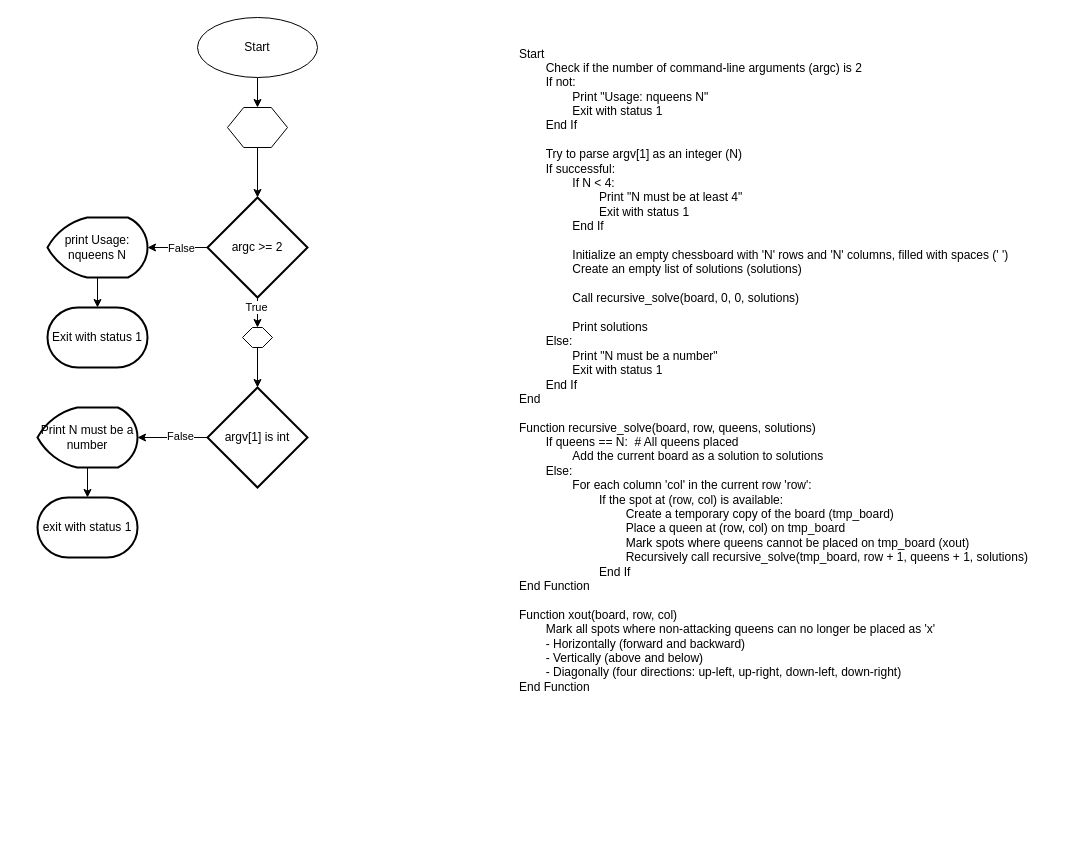
This is 0x08-python-more_classes/101-nqueens.drawio from lawalTheWest/alx-higher_level_programming, a draw.io file, before an edit. Source tidied: cells renumbered, new cells numbered last; positions are measured from the earlier drawing's top-left corner, leaving out a move shared by most shapes. Both pictures are drawn from the tidied source at 100%, with x=0, y=0 at pixel (37, 17).
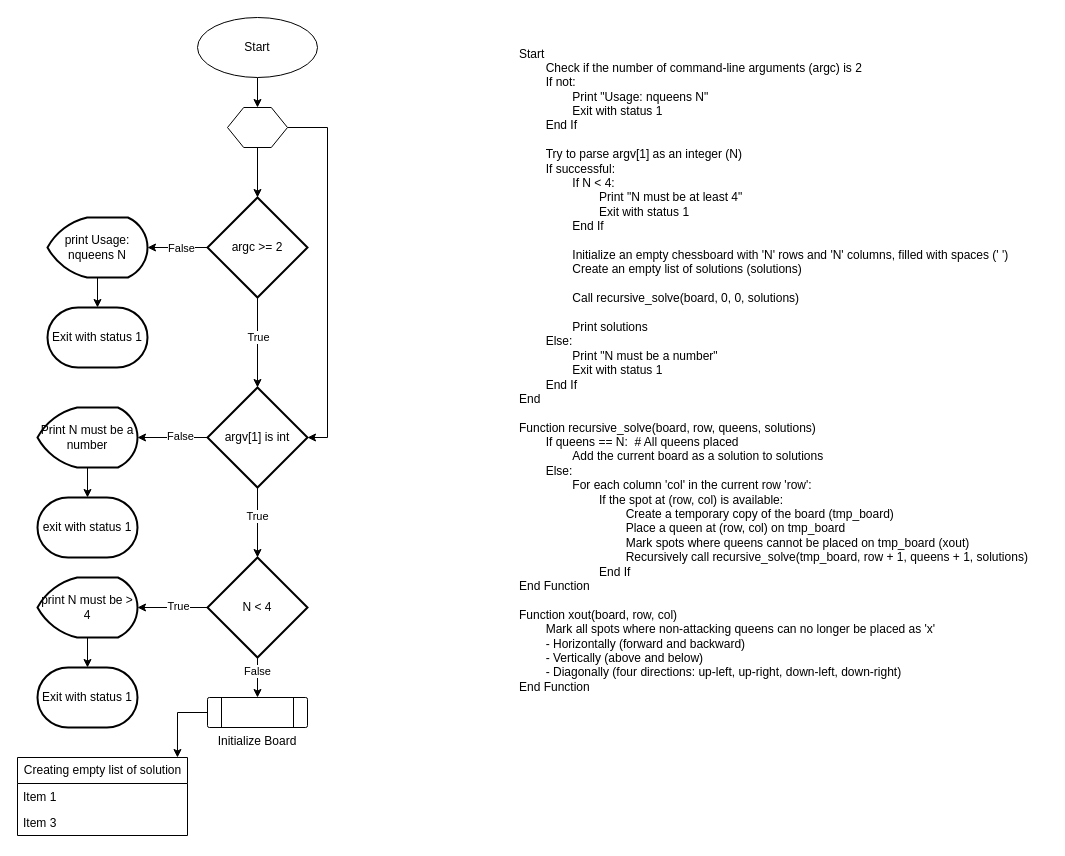
The same page after the edit.

Unchanged cells that the change refers to:
```xml
<mxCell id="6" style="verticalLabelPosition=bottom;verticalAlign=top;html=1;shape=hexagon;perimeter=hexagonPerimeter2;arcSize=6;size=0.27;" parent="1" vertex="1">
  <mxGeometry x="190" y="90" width="60" height="40" as="geometry" />
</mxCell>
<mxCell id="11" value="argc &amp;gt;= 2" style="strokeWidth=2;html=1;shape=mxgraph.flowchart.decision;whiteSpace=wrap;" parent="1" vertex="1">
  <mxGeometry x="170" y="180" width="100" height="100" as="geometry" />
</mxCell>
<mxCell id="19" value="argv[1] is int" style="strokeWidth=2;html=1;shape=mxgraph.flowchart.decision;whiteSpace=wrap;" parent="1" vertex="1">
  <mxGeometry x="170" y="370" width="100" height="100" as="geometry" />
</mxCell>
```

Diff of the diagram source:
```diff
@@
+    <mxCell id="23" style="edgeStyle=orthogonalEdgeStyle;rounded=0;jettySize=auto;html=1;entryX=1;entryY=0.5;entryDx=0;entryDy=0;entryPerimeter=0;" parent="1" edge="1" source="6" target="19">
+      <mxGeometry relative="1" as="geometry">
+        <Array as="points">
+          <mxPoint x="290" y="110" />
+          <mxPoint x="290" y="420" />
+        </Array>
+      </mxGeometry>
+    </mxCell>
@@
-    <mxCell id="9" style="edgeStyle=orthogonalEdgeStyle;rounded=0;jettySize=auto;html=1;" parent="1" edge="1" source="11" target="16">
-      <mxGeometry relative="1" as="geometry" />
-    </mxCell>
-    <mxCell id="10" value="True" style="edgeLabel;html=1;align=center;verticalAlign=middle;" parent="9" vertex="1">
-      <mxGeometry x="-0.64" y="-2" relative="1" as="geometry" />
-    </mxCell>
+    <mxCell id="24" style="edgeStyle=orthogonalEdgeStyle;rounded=0;jettySize=auto;html=1;" parent="1" edge="1" source="11" target="19">
+      <mxGeometry relative="1" as="geometry" />
+    </mxCell>
+    <mxCell id="25" value="True" style="edgeLabel;html=1;align=center;verticalAlign=middle;" parent="24" vertex="1">
+      <mxGeometry x="-0.13" relative="1" as="geometry" />
+    </mxCell>
@@
-    <mxCell id="15" style="edgeStyle=orthogonalEdgeStyle;rounded=0;jettySize=auto;html=1;" parent="1" edge="1" source="16" target="19">
-      <mxGeometry relative="1" as="geometry" />
-    </mxCell>
-    <mxCell id="16" style="verticalLabelPosition=bottom;verticalAlign=top;html=1;shape=hexagon;perimeter=hexagonPerimeter2;arcSize=6;size=0.3333333333333333;" parent="1" vertex="1">
-      <mxGeometry x="205" y="310" width="30" height="20" as="geometry" />
-    </mxCell>
@@
+    <mxCell id="26" style="edgeStyle=orthogonalEdgeStyle;rounded=0;jettySize=auto;html=1;" parent="1" edge="1" source="19" target="32">
+      <mxGeometry relative="1" as="geometry" />
+    </mxCell>
+    <mxCell id="27" value="True" style="edgeLabel;html=1;align=center;verticalAlign=middle;" parent="26" vertex="1">
+      <mxGeometry x="-0.2" y="-1" relative="1" as="geometry" />
+    </mxCell>
@@
+    <mxCell id="28" style="edgeStyle=orthogonalEdgeStyle;rounded=0;jettySize=auto;html=1;" parent="1" edge="1" source="32" target="34">
+      <mxGeometry relative="1" as="geometry" />
+    </mxCell>
+    <mxCell id="29" value="True" style="edgeLabel;html=1;align=center;verticalAlign=middle;" parent="28" vertex="1">
+      <mxGeometry x="-0.14" y="-2" relative="1" as="geometry" />
+    </mxCell>
+    <mxCell id="30" style="edgeStyle=orthogonalEdgeStyle;rounded=0;jettySize=auto;html=1;" parent="1" edge="1" source="32" target="37">
+      <mxGeometry relative="1" as="geometry" />
+    </mxCell>
+    <mxCell id="31" value="False" style="edgeLabel;html=1;align=center;verticalAlign=middle;" parent="30" vertex="1">
+      <mxGeometry x="-0.35" y="-1" relative="1" as="geometry" />
+    </mxCell>
+    <mxCell id="32" value="N &amp;lt; 4" style="strokeWidth=2;html=1;shape=mxgraph.flowchart.decision;whiteSpace=wrap;" parent="1" vertex="1">
+      <mxGeometry x="170" y="540" width="100" height="100" as="geometry" />
+    </mxCell>
+    <mxCell id="33" style="edgeStyle=orthogonalEdgeStyle;rounded=0;jettySize=auto;html=1;" parent="1" edge="1" source="34" target="35">
+      <mxGeometry relative="1" as="geometry" />
+    </mxCell>
+    <mxCell id="34" value="print N must be &amp;gt; 4" style="strokeWidth=2;html=1;shape=mxgraph.flowchart.display;whiteSpace=wrap;" parent="1" vertex="1">
+      <mxGeometry y="560" width="100" height="60" as="geometry" />
+    </mxCell>
+    <mxCell id="35" value="Exit with status 1" style="strokeWidth=2;html=1;shape=mxgraph.flowchart.terminator;whiteSpace=wrap;" parent="1" vertex="1">
+      <mxGeometry y="650" width="100" height="60" as="geometry" />
+    </mxCell>
+    <mxCell id="36" style="edgeStyle=orthogonalEdgeStyle;rounded=0;jettySize=auto;html=1;entryX=0.941;entryY=0;entryDx=0;entryDy=0;entryPerimeter=0;" parent="1" edge="1" source="37" target="38">
+      <mxGeometry relative="1" as="geometry" />
+    </mxCell>
+    <mxCell id="37" value="Initialize Board" style="verticalLabelPosition=bottom;verticalAlign=top;html=1;shape=process;whiteSpace=wrap;rounded=1;size=0.14;arcSize=6;" parent="1" vertex="1">
+      <mxGeometry x="170" y="680" width="100" height="30" as="geometry" />
+    </mxCell>
+    <mxCell id="38" value="Creating empty list of solution" style="swimlane;fontStyle=0;horizontal=1;startSize=26;fillColor=none;html=1;" parent="1" vertex="1">
+      <mxGeometry x="-20" y="740" width="170" height="78" as="geometry" />
+    </mxCell>
+    <mxCell id="39" value="Item 1" style="text;strokeColor=none;fillColor=none;align=left;verticalAlign=top;spacingLeft=4;spacingRight=4;overflow=hidden;whiteSpace=wrap;html=1;" parent="38" vertex="1">
+      <mxGeometry y="26" width="170" height="26" as="geometry" />
+    </mxCell>
+    <mxCell id="40" value="Item 3" style="text;strokeColor=none;fillColor=none;align=left;verticalAlign=top;spacingLeft=4;spacingRight=4;overflow=hidden;whiteSpace=wrap;html=1;" parent="38" vertex="1">
+      <mxGeometry y="52" width="170" height="26" as="geometry" />
+    </mxCell>
```
